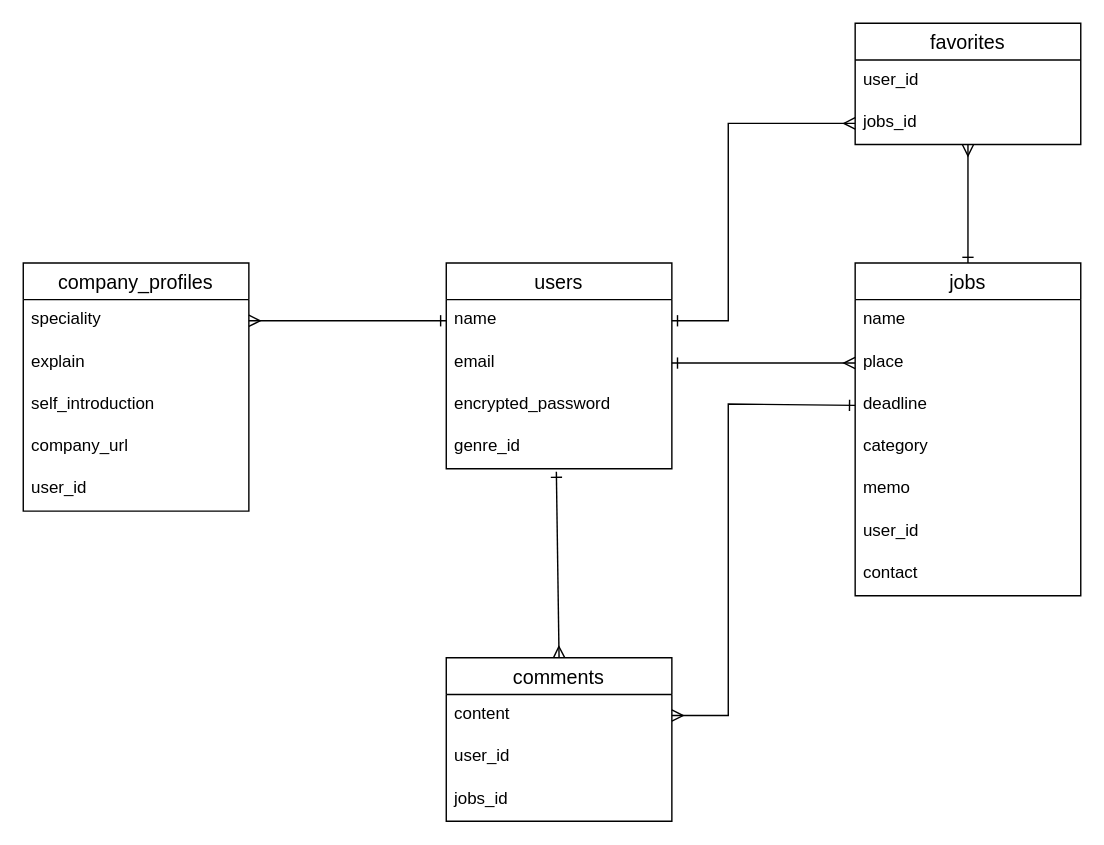
This is factory.drawio from ikejiri-ohashi/factory, a draw.io file, before an edit. Source tidied: cells renumbered, new cells numbered last; positions are measured from the earlier drawing's top-left corner, leaving out a move shared by most shapes. Both pictures are drawn from the tidied source at 141%, with x=0, y=0 at pixel (23, 23).
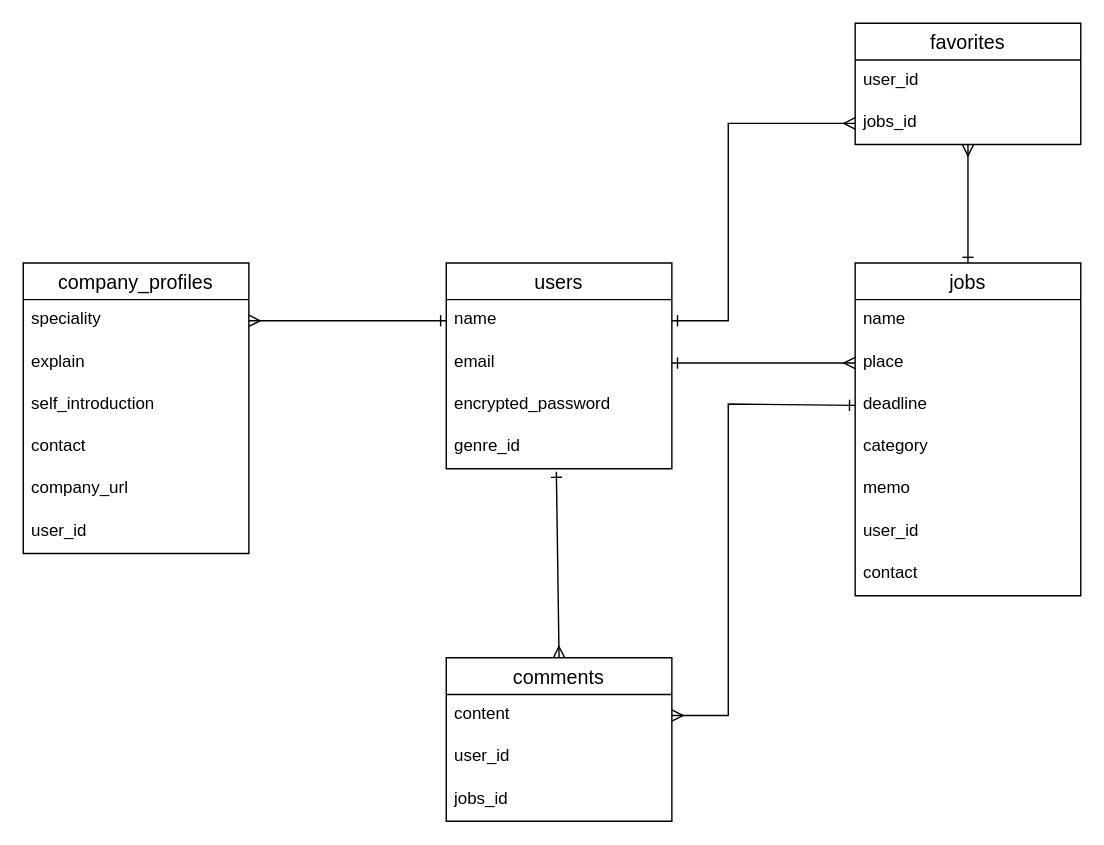
The same page after the edit.

The edit, as a diff of the source:
```diff
@@
     <mxCell id="21" value="company_profiles" style="swimlane;fontStyle=0;horizontal=1;startSize=26;align=center;fontSize=14;" parent="1" vertex="1">
-      <mxGeometry y="170" width="160" height="176" as="geometry" />
+      <mxGeometry y="170" width="160" height="206" as="geometry" />
     </mxCell>
@@
+    <mxCell id="34" value="contact" style="text;strokeColor=none;fillColor=none;spacingLeft=4;spacingRight=4;overflow=hidden;fontSize=12;" parent="21" vertex="1">
+      <mxGeometry y="116" width="160" height="30" as="geometry" />
+    </mxCell>
     <mxCell id="25" value="company_url" style="text;strokeColor=none;fillColor=none;spacingLeft=4;spacingRight=4;overflow=hidden;fontSize=12;" parent="21" vertex="1">
-      <mxGeometry y="116" width="160" height="30" as="geometry" />
+      <mxGeometry y="146" width="160" height="30" as="geometry" />
     </mxCell>
     <mxCell id="26" value="user_id" style="text;strokeColor=none;fillColor=none;spacingLeft=4;spacingRight=4;overflow=hidden;fontSize=12;" parent="21" vertex="1">
-      <mxGeometry y="146" width="160" height="30" as="geometry" />
+      <mxGeometry y="176" width="160" height="30" as="geometry" />
     </mxCell>
```
